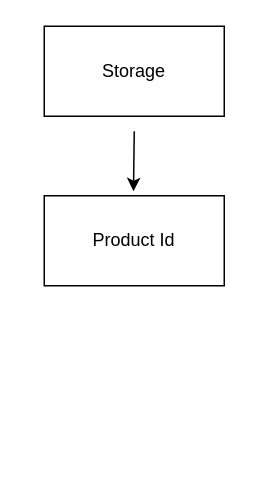
Above: src/product-flow.dio in kevin-magu/buy-laptops (draw.io), before the change. Source tidied: cells renumbered, new cells numbered last; positions are measured from the earlier drawing's top-left corner, leaving out a move shared by most shapes. Both pictures are drawn from the tidied source at 150%, with x=0, y=0 at pixel (44, 26).
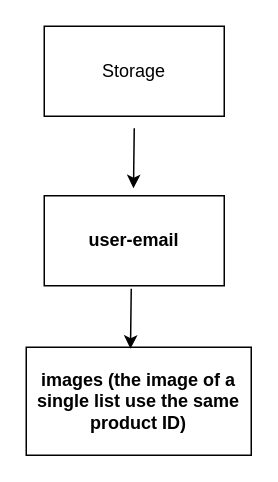
Above is the later version.

Commit message (it also covers changes not shown here):
web store

The edit, as a diff of the source:
```diff
@@
 <mxGraphModel>
   <root>
     <mxCell id="0" />
     <mxCell id="1" parent="0" />
     <mxCell id="2" value="Storage" style="rounded=0;whiteSpace=wrap;html=1;" parent="1" vertex="1">
       <mxGeometry width="120" height="60" as="geometry" />
     </mxCell>
-    <mxCell id="3" value="Product Id" style="rounded=0;whiteSpace=wrap;html=1;" parent="1" vertex="1">
+    <mxCell id="3" value="user-email" style="rounded=0;whiteSpace=wrap;html=1;fontStyle=1;" parent="1" vertex="1">
       <mxGeometry y="113" width="120" height="60" as="geometry" />
     </mxCell>
     <mxCell id="4" style="endArrow=classic;html=1;" parent="1" edge="1">
       <mxGeometry relative="1" as="geometry">
-        <mxPoint x="60" y="70" as="sourcePoint" />
-        <mxPoint x="59.5" y="110" as="targetPoint" />
+        <mxPoint x="60" y="68" as="sourcePoint" />
+        <mxPoint x="59.5" y="108" as="targetPoint" />
       </mxGeometry>
     </mxCell>
+    <mxCell id="5" value="images (the image of a single list use the same product ID)" style="rounded=0;whiteSpace=wrap;html=1;fontStyle=1;" parent="1" vertex="1">
+      <mxGeometry x="-12" y="214" width="150" height="72" as="geometry" />
+    </mxCell>
+    <mxCell id="6" style="endArrow=classic;html=1;" parent="1" edge="1">
+      <mxGeometry relative="1" as="geometry">
+        <mxPoint x="58" y="175" as="sourcePoint" />
+        <mxPoint x="57.5" y="215" as="targetPoint" />
+      </mxGeometry>
+    </mxCell>
   </root>
 </mxGraphModel>
```
